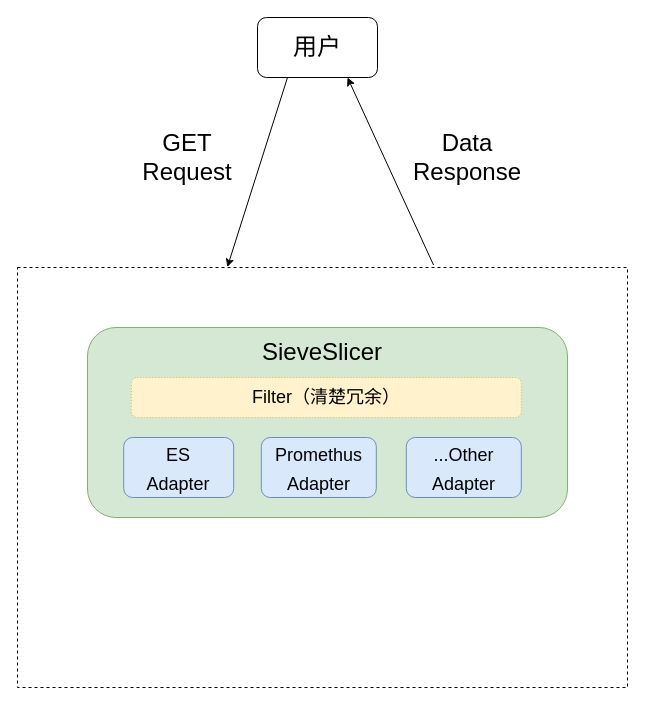
The draw.io diagram 未命名绘图.drawio in SevDaisy/draw-io-lib, before the edit. Source tidied: cells renumbered, new cells numbered last; positions are measured from the earlier drawing's top-left corner, leaving out a move shared by most shapes. Both pictures are drawn from the tidied source at 100%, with x=0, y=0 at pixel (17, 17).
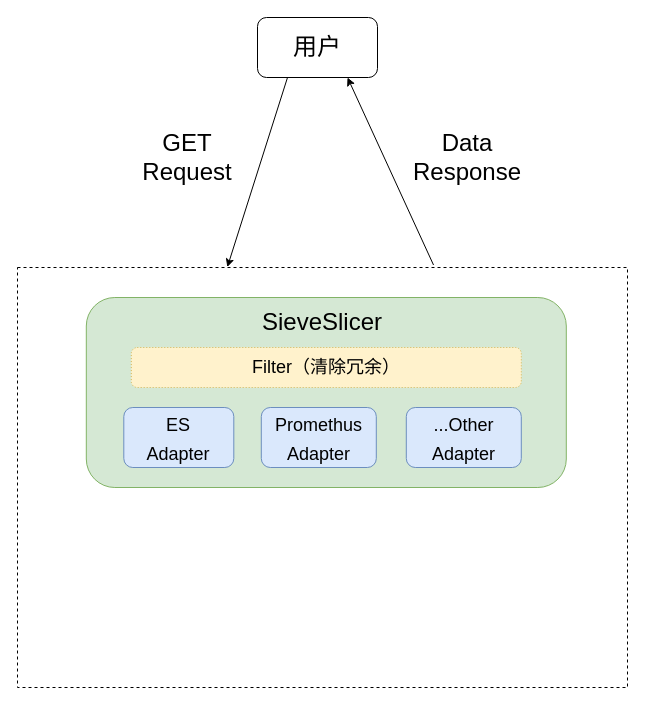
Above is the later version.

Commit message:
更新未命名绘图.drawio

Diff of the diagram source:
```diff
@@
 <mxGraphModel>
   <root>
     <mxCell id="0" />
     <mxCell id="1" parent="0" />
     <mxCell id="2" value="用户" style="rounded=1;whiteSpace=wrap;html=1;fontSize=24;" parent="1" vertex="1">
       <mxGeometry x="240" width="120" height="60" as="geometry" />
     </mxCell>
     <mxCell id="3" style="rounded=0;whiteSpace=wrap;html=1;fontSize=24;dashed=1;" parent="1" vertex="1">
       <mxGeometry y="250" width="610" height="420" as="geometry" />
     </mxCell>
     <mxCell id="4" style="endArrow=classic;html=1;rounded=0;fontSize=24;exitX=0.25;exitY=1;exitDx=0;exitDy=0;entryX=0.344;entryY=-0.001;entryDx=0;entryDy=0;entryPerimeter=0;" parent="1" edge="1" source="2" target="3">
       <mxGeometry relative="1" as="geometry" />
     </mxCell>
     <mxCell id="5" value="GET Request" style="text;html=1;strokeColor=none;fillColor=none;align=center;verticalAlign=middle;whiteSpace=wrap;rounded=0;dashed=1;fontSize=24;" parent="1" vertex="1">
       <mxGeometry x="110" y="120" width="120" height="40" as="geometry" />
     </mxCell>
     <mxCell id="6" style="endArrow=classic;html=1;rounded=0;fontSize=24;exitX=0.682;exitY=-0.006;exitDx=0;exitDy=0;exitPerimeter=0;entryX=0.75;entryY=1;entryDx=0;entryDy=0;" parent="1" edge="1" source="3" target="2">
       <mxGeometry relative="1" as="geometry" />
     </mxCell>
     <mxCell id="7" value="Data Response" style="text;html=1;strokeColor=none;fillColor=none;align=center;verticalAlign=middle;whiteSpace=wrap;rounded=0;dashed=1;fontSize=24;" parent="1" vertex="1">
       <mxGeometry x="380" y="110" width="140" height="60" as="geometry" />
     </mxCell>
+    <mxCell id="14" style="group;" parent="1" vertex="1">
+      <mxGeometry x="68.8" y="280" width="480" height="190" as="geometry" />
+    </mxCell>
-    <mxCell id="8" style="rounded=1;whiteSpace=wrap;html=1;fontSize=24;fillColor=#d5e8d4;strokeColor=#82b366;" parent="1" vertex="1">
-      <mxGeometry x="70" y="310" width="480" height="190" as="geometry" />
+    <mxCell id="8" style="rounded=1;whiteSpace=wrap;html=1;fontSize=24;fillColor=#d5e8d4;strokeColor=#82b366;" parent="14" vertex="1">
+      <mxGeometry width="480" height="190" as="geometry" />
     </mxCell>
-    <mxCell id="9" value="SieveSlicer" style="text;html=1;strokeColor=none;fillColor=none;align=center;verticalAlign=middle;whiteSpace=wrap;rounded=0;dashed=1;fontSize=24;" parent="1" vertex="1">
-      <mxGeometry x="235" y="320" width="140" height="30" as="geometry" />
+    <mxCell id="9" value="SieveSlicer" style="text;html=1;strokeColor=none;fillColor=none;align=center;verticalAlign=middle;whiteSpace=wrap;rounded=0;dashed=1;fontSize=24;" parent="14" vertex="1">
+      <mxGeometry x="166.2" y="10" width="140" height="30" as="geometry" />
     </mxCell>
-    <mxCell id="10" value="&lt;font style=&quot;font-size: 18px;&quot;&gt;ES &lt;br&gt;Adapter&lt;/font&gt;" style="rounded=1;whiteSpace=wrap;html=1;fontSize=24;fillColor=#dae8fc;strokeColor=#6c8ebf;" parent="1" vertex="1">
-      <mxGeometry x="106.2" y="420" width="110" height="60" as="geometry" />
+    <mxCell id="10" value="&lt;font style=&quot;font-size: 18px;&quot;&gt;ES &lt;br&gt;Adapter&lt;/font&gt;" style="rounded=1;whiteSpace=wrap;html=1;fontSize=24;fillColor=#dae8fc;strokeColor=#6c8ebf;" parent="14" vertex="1">
+      <mxGeometry x="37.5" y="110" width="110" height="60" as="geometry" />
     </mxCell>
-    <mxCell id="11" value="&lt;font style=&quot;font-size: 18px;&quot;&gt;Promethus&lt;br&gt;Adapter&lt;br&gt;&lt;/font&gt;" style="rounded=1;whiteSpace=wrap;html=1;fontSize=24;fillColor=#dae8fc;strokeColor=#6c8ebf;" parent="1" vertex="1">
-      <mxGeometry x="243.8" y="420" width="115" height="60" as="geometry" />
+    <mxCell id="11" value="&lt;font style=&quot;font-size: 18px;&quot;&gt;Promethus&lt;br&gt;Adapter&lt;br&gt;&lt;/font&gt;" style="rounded=1;whiteSpace=wrap;html=1;fontSize=24;fillColor=#dae8fc;strokeColor=#6c8ebf;" parent="14" vertex="1">
+      <mxGeometry x="175" y="110" width="115" height="60" as="geometry" />
     </mxCell>
-    <mxCell id="12" value="&lt;font style=&quot;font-size: 18px;&quot;&gt;...Other&lt;br&gt;Adapter&lt;br&gt;&lt;/font&gt;" style="rounded=1;whiteSpace=wrap;html=1;fontSize=24;fillColor=#dae8fc;strokeColor=#6c8ebf;" parent="1" vertex="1">
-      <mxGeometry x="388.8" y="420" width="115" height="60" as="geometry" />
+    <mxCell id="12" value="&lt;font style=&quot;font-size: 18px;&quot;&gt;...Other&lt;br&gt;Adapter&lt;br&gt;&lt;/font&gt;" style="rounded=1;whiteSpace=wrap;html=1;fontSize=24;fillColor=#dae8fc;strokeColor=#6c8ebf;" parent="14" vertex="1">
+      <mxGeometry x="320" y="110" width="115" height="60" as="geometry" />
     </mxCell>
-    <mxCell id="13" value="Filter（清楚冗余）" style="rounded=1;whiteSpace=wrap;html=1;fontSize=18;fillColor=#fff2cc;strokeColor=#d6b656;dashed=1;dashPattern=1 2;" parent="1" vertex="1">
-      <mxGeometry x="113.8" y="360" width="390" height="40" as="geometry" />
+    <mxCell id="13" value="Filter（清除冗余）" style="rounded=1;whiteSpace=wrap;html=1;fontSize=18;fillColor=#fff2cc;strokeColor=#d6b656;dashed=1;dashPattern=1 2;" parent="14" vertex="1">
+      <mxGeometry x="45" y="50" width="390" height="40" as="geometry" />
     </mxCell>
   </root>
 </mxGraphModel>
```
